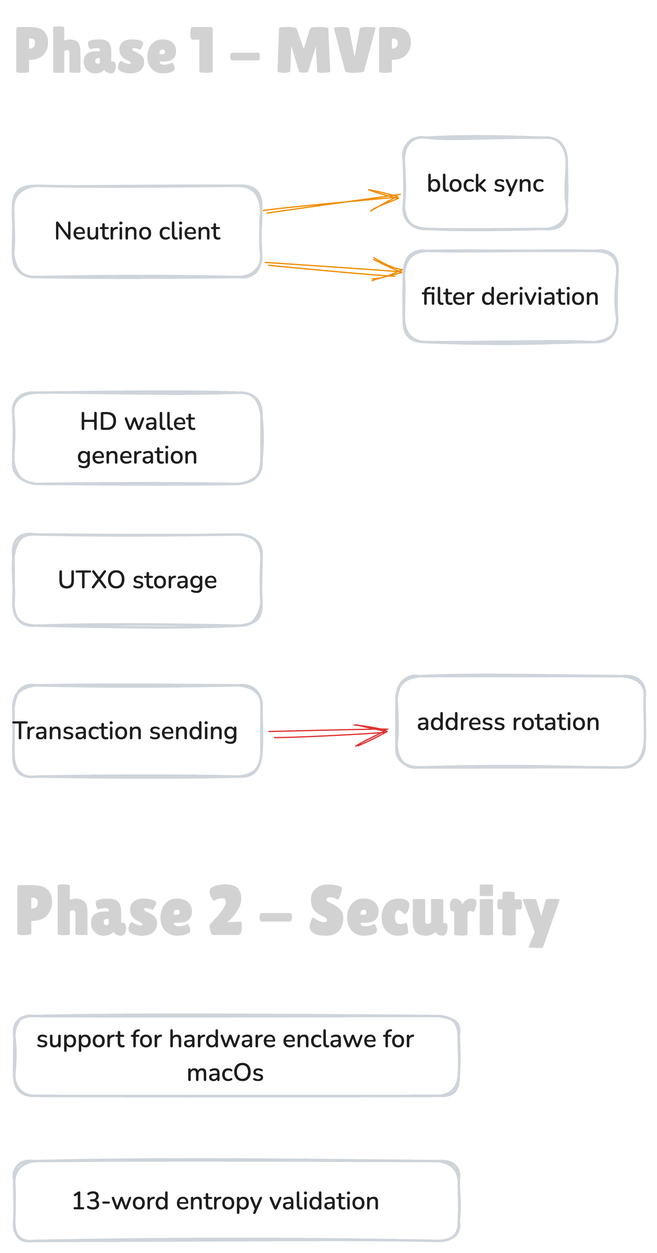
The Excalidraw diagram roadmap.excalidraw.png in satelliondao/satellion, before a commit. Source tidied: one line per element, renumbered; positions are measured from the earlier drawing's top-left corner, leaving out a move shared by most shapes.
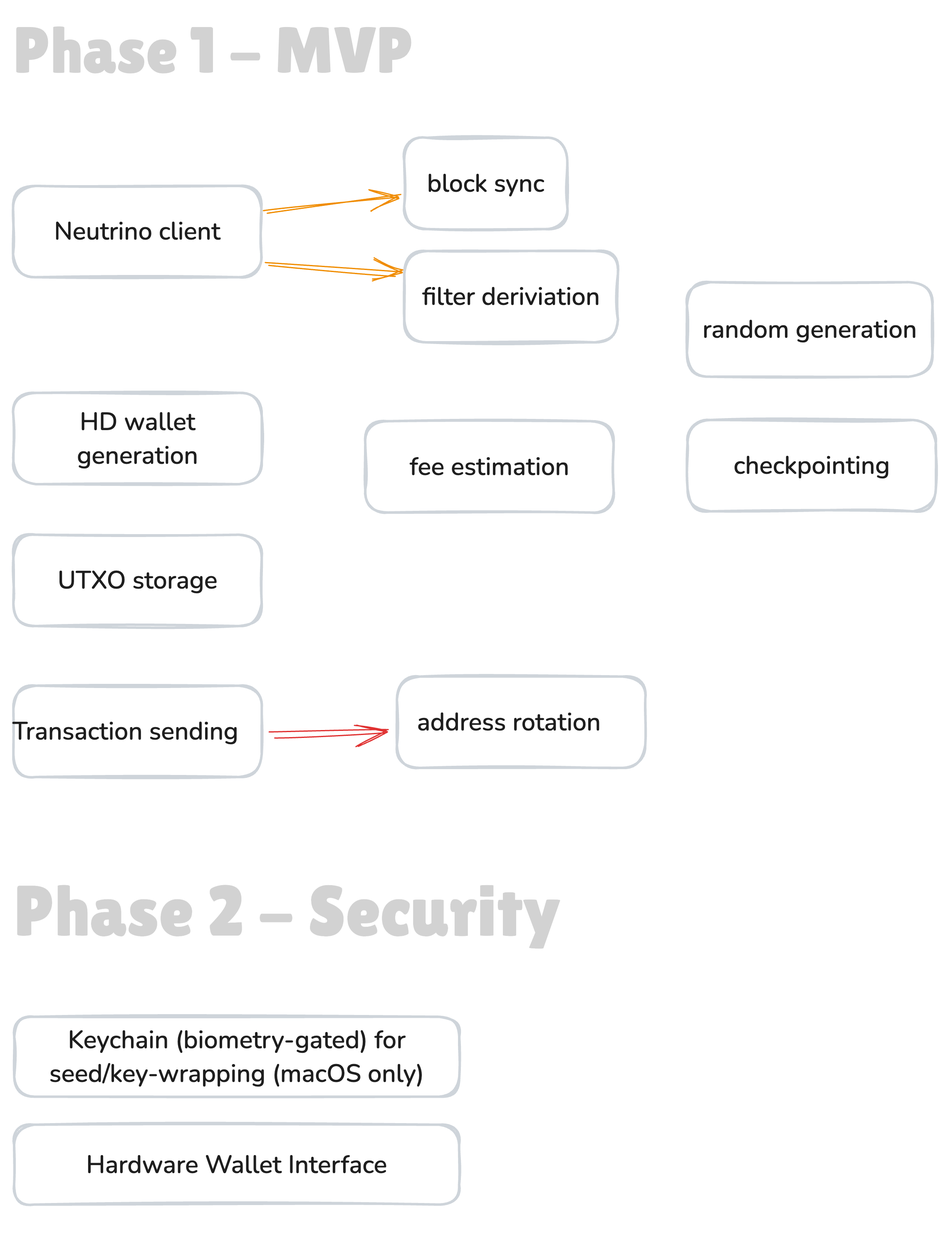
After the change.

Change to the diagram source:
```diff
@@ -1,16 +1,22 @@
 {"id": 0, "type": "text", "text": "Phase 2 - Security", "strokeColor": "#1e1e1e", "strokeWidth": 2, "roughness": 1, "opacity": 20, "fontSize": 56.92, "fontFamily": 7, "x": 1, "y": 687, "width": 438, "height": 65}
 {"id": 1, "type": "rectangle", "strokeColor": "#ced4da", "strokeWidth": 2, "roughness": 1, "round": true, "x": 1, "y": 805, "width": 357, "height": 64}
-{"id": 2, "type": "text", "text": "support for hardware enclawe for\nmacOs", "strokeColor": "#1e1e1e", "strokeWidth": 2, "roughness": 1, "fontSize": 20, "fontFamily": 6, "textAlign": "center", "verticalAlign": "middle", "inside": 1, "x": 19, "y": 810, "width": 303, "height": 54}
+{"id": 2, "type": "text", "text": "Keychain (biometry-gated) for\nseed/key-wrapping (macOS only)", "strokeColor": "#1e1e1e", "strokeWidth": 2, "roughness": 1, "fontSize": 20, "fontFamily": 6, "textAlign": "center", "verticalAlign": "middle", "inside": 1, "x": 30, "y": 810, "width": 300, "height": 54}
-{"id": 3, "type": "rectangle", "strokeColor": "#ced4da", "strokeWidth": 2, "roughness": 1, "round": true, "x": 1, "y": 921, "width": 357, "height": 64}
+{"id": 3, "type": "rectangle", "strokeColor": "#ced4da", "strokeWidth": 2, "roughness": 1, "round": true, "x": 1, "y": 891, "width": 357, "height": 64}
-{"id": 4, "type": "text", "text": "13-word entropy validation", "strokeColor": "#1e1e1e", "strokeWidth": 2, "roughness": 1, "fontSize": 20, "fontFamily": 6, "textAlign": "center", "verticalAlign": "middle", "inside": 3, "x": 47, "y": 939, "width": 248, "height": 27}
+{"id": 23, "type": "text", "text": "Hardware Wallet Interface", "strokeColor": "#1e1e1e", "strokeWidth": 2, "roughness": 1, "fontSize": 20, "fontFamily": 6, "textAlign": "center", "verticalAlign": "middle", "inside": 3, "x": 59, "y": 910, "width": 241, "height": 27}
 {"id": 5, "type": "text", "text": "Phase 1 - MVP", "strokeColor": "#1e1e1e", "strokeWidth": 2, "roughness": 1, "opacity": 20, "fontSize": 52.1, "fontFamily": 7, "x": 1, "y": 0, "width": 321, "height": 60}
 {"id": 6, "type": "rectangle", "strokeColor": "#ced4da", "strokeWidth": 2, "roughness": 1, "round": true, "x": 1, "y": 305, "width": 199, "height": 73}
 {"id": 7, "type": "text", "text": "HD wallet\ngeneration", "strokeColor": "#1e1e1e", "strokeWidth": 2, "roughness": 1, "fontSize": 20, "fontFamily": 6, "textAlign": "center", "verticalAlign": "middle", "inside": 6, "x": 52, "y": 314, "width": 97, "height": 54}
+{"id": 24, "type": "rectangle", "strokeColor": "#ced4da", "strokeWidth": 2, "roughness": 1, "round": true, "x": 283, "y": 328, "width": 199, "height": 73}
+{"id": 25, "type": "text", "text": "fee estimation", "strokeColor": "#1e1e1e", "strokeWidth": 2, "roughness": 1, "fontSize": 20, "fontFamily": 6, "textAlign": "center", "verticalAlign": "middle", "inside": 24, "x": 318, "y": 351, "width": 128, "height": 27}
+{"id": 26, "type": "rectangle", "strokeColor": "#ced4da", "strokeWidth": 2, "roughness": 1, "round": true, "x": 541, "y": 327, "width": 199, "height": 73}
+{"id": 27, "type": "text", "text": "checkpointing", "strokeColor": "#1e1e1e", "strokeWidth": 2, "roughness": 1, "fontSize": 20, "fontFamily": 6, "textAlign": "center", "verticalAlign": "middle", "inside": 26, "x": 578, "y": 350, "width": 125, "height": 27}
+{"id": 28, "type": "rectangle", "strokeColor": "#ced4da", "strokeWidth": 2, "roughness": 1, "round": true, "x": 541, "y": 216, "width": 197, "height": 76}
+{"id": 29, "type": "text", "text": "random generation", "strokeColor": "#1e1e1e", "strokeWidth": 2, "roughness": 1, "fontSize": 20, "fontFamily": 6, "textAlign": "center", "verticalAlign": "middle", "inside": 28, "x": 553, "y": 241, "width": 172, "height": 27}
 {"id": 8, "type": "rectangle", "strokeColor": "#ced4da", "strokeWidth": 2, "roughness": 1, "round": true, "x": 1, "y": 419, "width": 199, "height": 73}
 {"id": 9, "type": "text", "text": "UTXO storage", "strokeColor": "#1e1e1e", "strokeWidth": 2, "roughness": 1, "fontSize": 20, "fontFamily": 6, "textAlign": "center", "verticalAlign": "middle", "inside": 8, "x": 36, "y": 442, "width": 128, "height": 27}
 {"id": 10, "type": "rectangle", "strokeColor": "#ced4da", "strokeWidth": 2, "roughness": 1, "round": true, "x": 314, "y": 191, "width": 171, "height": 73}
 {"id": 11, "type": "text", "text": "filter deriviation", "strokeColor": "#1e1e1e", "strokeWidth": 2, "roughness": 1, "fontSize": 20, "fontFamily": 6, "textAlign": "center", "verticalAlign": "middle", "inside": 10, "x": 328, "y": 214, "width": 142, "height": 27}
-{"id": 12, "type": "rectangle", "strokeColor": "#ced4da", "strokeWidth": 2, "roughness": 1, "round": true, "x": 0, "y": 139, "width": 199, "height": 73}
+{"id": 12, "type": "rectangle", "strokeColor": "#ced4da", "strokeWidth": 2, "roughness": 1, "round": true, "x": 1, "y": 139, "width": 199, "height": 73}
 {"id": 13, "type": "text", "text": "Neutrino client", "strokeColor": "#1e1e1e", "strokeWidth": 2, "roughness": 1, "fontSize": 20, "fontFamily": 6, "textAlign": "center", "verticalAlign": "middle", "inside": 12, "x": 33, "y": 162, "width": 133, "height": 27}
 {"id": 14, "type": "rectangle", "strokeColor": "#ced4da", "strokeWidth": 2, "roughness": 1, "round": true, "x": 314, "y": 100, "width": 131, "height": 73}
 {"id": 15, "type": "text", "text": "block sync", "strokeColor": "#1e1e1e", "strokeWidth": 2, "roughness": 1, "fontSize": 20, "fontFamily": 6, "textAlign": "center", "verticalAlign": "middle", "inside": 14, "x": 332, "y": 123, "width": 94, "height": 27}
```
